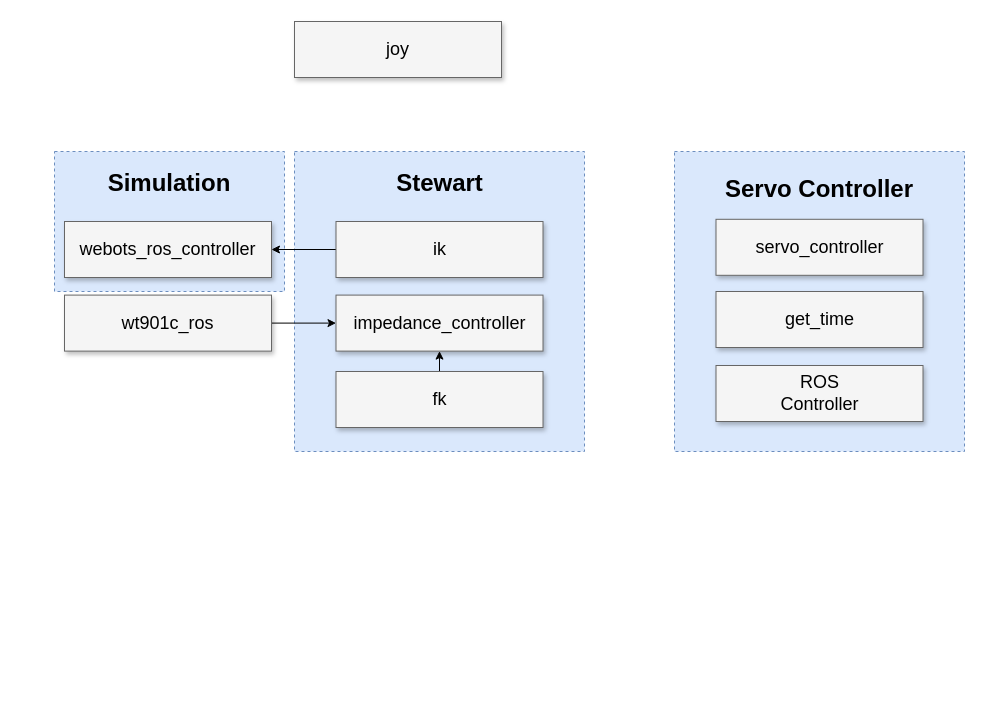
Earlier version of the draw.io diagram 6-ups.drawio (roscore/Impedance_Control_for_Stewart_Gough_Platform). Source tidied: cells renumbered, new cells numbered last; positions are measured from the earlier drawing's top-left corner, leaving out a move shared by most shapes. Both pictures are drawn from the tidied source at 100%, with x=0, y=0 at pixel (54, 21).
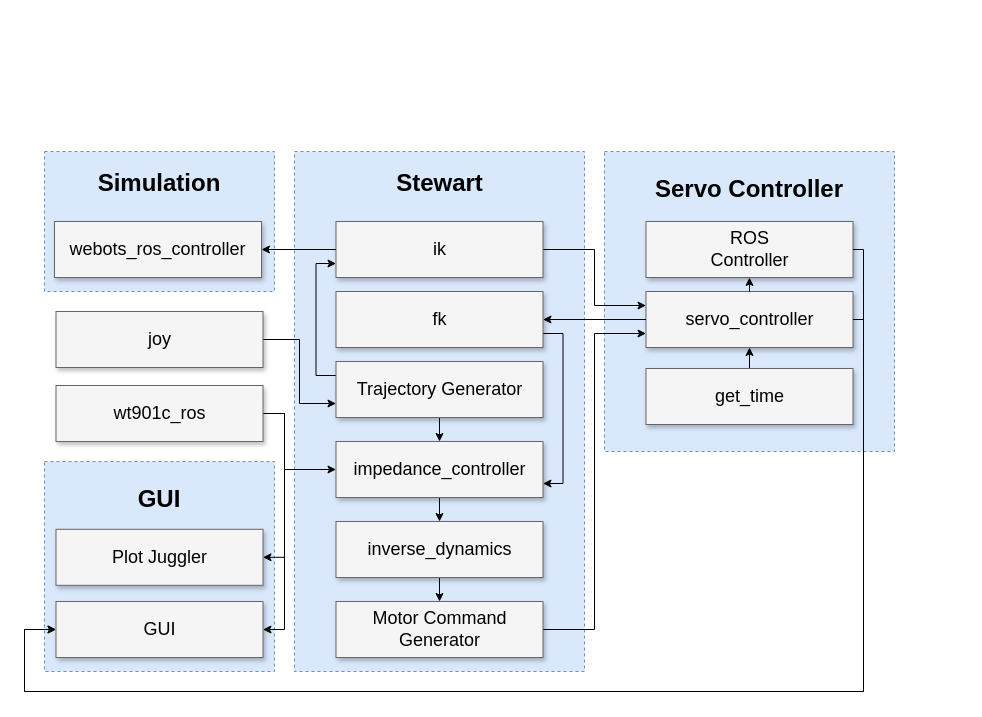
Above is the later version.

What changed in the source:
```diff
@@
-    <mxCell id="2" style="rounded=0;whiteSpace=wrap;html=1;fillColor=#dae8fc;strokeColor=#6c8ebf;dashed=1;" parent="1" vertex="1">
-      <mxGeometry y="130" width="230" height="140" as="geometry" />
-    </mxCell>
-    <mxCell id="3" style="rounded=0;whiteSpace=wrap;html=1;fillColor=#dae8fc;strokeColor=#6c8ebf;dashed=1;" parent="1" vertex="1">
-      <mxGeometry x="240" y="130" width="290" height="300" as="geometry" />
-    </mxCell>
-    <mxCell id="4" style="edgeStyle=orthogonalEdgeStyle;rounded=0;jettySize=auto;html=1;exitX=1;exitY=0.5;exitDx=0;exitDy=0;startArrow=none;startFill=0;endArrow=classic;endFill=1;" parent="1" edge="1" source="5" target="9">
-      <mxGeometry relative="1" as="geometry" />
-    </mxCell>
-    <mxCell id="5" value="wt901c_ros" style="whiteSpace=wrap;html=1;shadow=1;fontSize=18;fillColor=#f5f5f5;strokeColor=#666666;" parent="1" vertex="1">
-      <mxGeometry x="10" y="273.6" width="207" height="56" as="geometry" />
-    </mxCell>
-    <mxCell id="6" value="&lt;h1&gt;Stewart&lt;/h1&gt;" style="text;html=1;strokeColor=none;fillColor=none;align=center;verticalAlign=middle;whiteSpace=wrap;rounded=0;dashed=1;" parent="1" vertex="1">
-      <mxGeometry x="332.5" y="143.8" width="105" height="35.6" as="geometry" />
-    </mxCell>
-    <mxCell id="7" style="edgeStyle=orthogonalEdgeStyle;rounded=0;jettySize=auto;html=1;exitX=0;exitY=0.5;exitDx=0;exitDy=0;startArrow=none;startFill=0;endArrow=classic;endFill=1;" parent="1" edge="1" source="8" target="13">
-      <mxGeometry relative="1" as="geometry" />
-    </mxCell>
-    <mxCell id="8" value="ik" style="whiteSpace=wrap;html=1;shadow=1;fontSize=18;fillColor=#f5f5f5;strokeColor=#666666;" parent="1" vertex="1">
-      <mxGeometry x="281.5" y="200" width="207" height="56" as="geometry" />
-    </mxCell>
-    <mxCell id="9" value="impedance_controller" style="whiteSpace=wrap;html=1;shadow=1;fontSize=18;fillColor=#f5f5f5;strokeColor=#666666;" parent="1" vertex="1">
-      <mxGeometry x="281.5" y="273.6" width="207" height="56" as="geometry" />
-    </mxCell>
-    <mxCell id="10" style="edgeStyle=orthogonalEdgeStyle;rounded=0;jettySize=auto;html=1;exitX=0.5;exitY=0;exitDx=0;exitDy=0;entryX=0.5;entryY=1;entryDx=0;entryDy=0;startArrow=none;startFill=0;endArrow=classic;endFill=1;" parent="1" edge="1" source="11" target="9">
-      <mxGeometry relative="1" as="geometry" />
-    </mxCell>
-    <mxCell id="11" value="fk" style="whiteSpace=wrap;html=1;shadow=1;fontSize=18;fillColor=#f5f5f5;strokeColor=#666666;" parent="1" vertex="1">
-      <mxGeometry x="281.5" y="350" width="207" height="56" as="geometry" />
-    </mxCell>
-    <mxCell id="12" value="joy" style="whiteSpace=wrap;html=1;shadow=1;fontSize=18;fillColor=#f5f5f5;strokeColor=#666666;" parent="1" vertex="1">
-      <mxGeometry x="240" width="207" height="56" as="geometry" />
-    </mxCell>
-    <mxCell id="13" value="webots_ros_controller" style="whiteSpace=wrap;html=1;shadow=1;fontSize=18;fillColor=#f5f5f5;strokeColor=#666666;" parent="1" vertex="1">
-      <mxGeometry x="10" y="200" width="207" height="56" as="geometry" />
-    </mxCell>
-    <mxCell id="14" value="&lt;h1&gt;Simulation&lt;/h1&gt;" style="text;html=1;strokeColor=none;fillColor=none;align=center;verticalAlign=middle;whiteSpace=wrap;rounded=0;dashed=1;" parent="1" vertex="1">
-      <mxGeometry x="47" y="143.8" width="136" height="35.6" as="geometry" />
-    </mxCell>
-    <mxCell id="15" style="group;" parent="1" vertex="1">
-      <mxGeometry x="620" y="130" width="290" height="300" as="geometry" />
-    </mxCell>
+    <mxCell id="21" style="group;" parent="1" vertex="1">
+      <mxGeometry x="550" y="130" width="290" height="300" as="geometry" />
+    </mxCell>
-    <mxCell id="16" style="rounded=0;whiteSpace=wrap;html=1;fillColor=#dae8fc;strokeColor=#6c8ebf;dashed=1;" parent="15" vertex="1">
+    <mxCell id="16" style="rounded=0;whiteSpace=wrap;html=1;fillColor=#dae8fc;strokeColor=#6c8ebf;dashed=1;" parent="21" vertex="1">
       <mxGeometry width="290" height="300" as="geometry" />
     </mxCell>
-    <mxCell id="17" value="&lt;h1&gt;Servo Controller&lt;/h1&gt;" style="text;html=1;strokeColor=none;fillColor=none;align=center;verticalAlign=middle;whiteSpace=wrap;rounded=0;dashed=1;" parent="15" vertex="1">
+    <mxCell id="17" value="&lt;h1&gt;Servo Controller&lt;/h1&gt;" style="text;html=1;strokeColor=none;fillColor=none;align=center;verticalAlign=middle;whiteSpace=wrap;rounded=0;dashed=1;" parent="21" vertex="1">
       <mxGeometry x="20" y="20" width="250" height="35.6" as="geometry" />
     </mxCell>
-    <mxCell id="18" value="servo_controller" style="whiteSpace=wrap;html=1;shadow=1;fontSize=18;fillColor=#f5f5f5;strokeColor=#666666;" parent="15" vertex="1">
-      <mxGeometry x="41.5" y="67.8" width="207" height="56" as="geometry" />
+    <mxCell id="18" value="servo_controller" style="whiteSpace=wrap;html=1;shadow=1;fontSize=18;fillColor=#f5f5f5;strokeColor=#666666;" parent="21" vertex="1">
+      <mxGeometry x="41.5" y="140" width="207" height="56" as="geometry" />
     </mxCell>
+    <mxCell id="22" style="edgeStyle=orthogonalEdgeStyle;rounded=0;jettySize=auto;html=1;exitX=0.5;exitY=0;exitDx=0;exitDy=0;entryX=0.5;entryY=1;entryDx=0;entryDy=0;" parent="21" edge="1" source="19" target="18">
+      <mxGeometry relative="1" as="geometry" />
+    </mxCell>
-    <mxCell id="19" value="get_time" style="whiteSpace=wrap;html=1;shadow=1;fontSize=18;fillColor=#f5f5f5;strokeColor=#666666;" parent="15" vertex="1">
-      <mxGeometry x="41.5" y="140" width="207" height="56" as="geometry" />
+    <mxCell id="19" value="get_time" style="whiteSpace=wrap;html=1;shadow=1;fontSize=18;fillColor=#f5f5f5;strokeColor=#666666;" parent="21" vertex="1">
+      <mxGeometry x="41.5" y="217" width="207" height="56" as="geometry" />
     </mxCell>
-    <mxCell id="20" value="ROS&lt;br&gt;Controller" style="whiteSpace=wrap;html=1;shadow=1;fontSize=18;fillColor=#f5f5f5;strokeColor=#666666;" parent="15" vertex="1">
-      <mxGeometry x="41.5" y="214" width="207" height="56" as="geometry" />
+    <mxCell id="20" value="ROS&lt;br&gt;Controller" style="whiteSpace=wrap;html=1;shadow=1;fontSize=18;fillColor=#f5f5f5;strokeColor=#666666;" parent="21" vertex="1">
+      <mxGeometry x="41.5" y="70" width="207" height="56" as="geometry" />
     </mxCell>
+    <mxCell id="23" style="edgeStyle=orthogonalEdgeStyle;rounded=0;jettySize=auto;html=1;exitX=0.5;exitY=0;exitDx=0;exitDy=0;entryX=0.5;entryY=1;entryDx=0;entryDy=0;" parent="21" edge="1" source="18" target="20">
+      <mxGeometry relative="1" as="geometry" />
+    </mxCell>
+    <mxCell id="3" style="rounded=0;whiteSpace=wrap;html=1;fillColor=#dae8fc;strokeColor=#6c8ebf;dashed=1;" parent="1" vertex="1">
+      <mxGeometry x="240" y="130" width="290" height="520" as="geometry" />
+    </mxCell>
+    <mxCell id="6" value="&lt;h1&gt;Stewart&lt;/h1&gt;" style="text;html=1;strokeColor=none;fillColor=none;align=center;verticalAlign=middle;whiteSpace=wrap;rounded=0;dashed=1;" parent="1" vertex="1">
+      <mxGeometry x="332.5" y="143.8" width="105" height="35.6" as="geometry" />
+    </mxCell>
+    <mxCell id="24" style="edgeStyle=orthogonalEdgeStyle;rounded=0;jettySize=auto;html=1;exitX=1;exitY=0.5;exitDx=0;exitDy=0;entryX=0;entryY=0.25;entryDx=0;entryDy=0;" parent="1" edge="1" source="8" target="18">
+      <mxGeometry relative="1" as="geometry" />
+    </mxCell>
+    <mxCell id="8" value="ik" style="whiteSpace=wrap;html=1;shadow=1;fontSize=18;fillColor=#f5f5f5;strokeColor=#666666;" parent="1" vertex="1">
+      <mxGeometry x="281.5" y="200" width="207" height="56" as="geometry" />
+    </mxCell>
+    <mxCell id="25" style="edgeStyle=orthogonalEdgeStyle;rounded=0;jettySize=auto;html=1;exitX=0.5;exitY=1;exitDx=0;exitDy=0;" parent="1" edge="1" source="9" target="11">
+      <mxGeometry relative="1" as="geometry" />
+    </mxCell>
+    <mxCell id="9" value="inverse_dynamics" style="whiteSpace=wrap;html=1;shadow=1;fontSize=18;fillColor=#f5f5f5;strokeColor=#666666;" parent="1" vertex="1">
+      <mxGeometry x="281.5" y="500" width="207" height="56" as="geometry" />
+    </mxCell>
+    <mxCell id="26" style="edgeStyle=orthogonalEdgeStyle;rounded=0;jettySize=auto;html=1;exitX=1;exitY=0.5;exitDx=0;exitDy=0;entryX=0;entryY=0.75;entryDx=0;entryDy=0;" parent="1" edge="1" source="11" target="18">
+      <mxGeometry relative="1" as="geometry" />
+    </mxCell>
+    <mxCell id="11" value="Motor Command Generator" style="whiteSpace=wrap;html=1;shadow=1;fontSize=18;fillColor=#f5f5f5;strokeColor=#666666;" parent="1" vertex="1">
+      <mxGeometry x="281.5" y="580" width="207" height="56" as="geometry" />
+    </mxCell>
+    <mxCell id="27" style="group;" parent="1" vertex="1">
+      <mxGeometry x="-20" y="440" width="250" height="210" as="geometry" />
+    </mxCell>
+    <mxCell id="28" style="rounded=0;whiteSpace=wrap;html=1;fillColor=#dae8fc;strokeColor=#6c8ebf;dashed=1;" parent="27" vertex="1">
+      <mxGeometry x="10" width="230" height="210" as="geometry" />
+    </mxCell>
+    <mxCell id="29" value="&lt;h1&gt;GUI&lt;/h1&gt;" style="text;html=1;strokeColor=none;fillColor=none;align=center;verticalAlign=middle;whiteSpace=wrap;rounded=0;dashed=1;" parent="27" vertex="1">
+      <mxGeometry y="20" width="250" height="35.6" as="geometry" />
+    </mxCell>
+    <mxCell id="30" value="Plot Juggler" style="whiteSpace=wrap;html=1;shadow=1;fontSize=18;fillColor=#f5f5f5;strokeColor=#666666;" parent="27" vertex="1">
+      <mxGeometry x="21.5" y="67.8" width="207" height="56" as="geometry" />
+    </mxCell>
+    <mxCell id="31" value="GUI" style="whiteSpace=wrap;html=1;shadow=1;fontSize=18;fillColor=#f5f5f5;strokeColor=#666666;" parent="27" vertex="1">
+      <mxGeometry x="21.5" y="140" width="207" height="56" as="geometry" />
+    </mxCell>
+    <mxCell id="32" style="edgeStyle=orthogonalEdgeStyle;rounded=0;jettySize=auto;html=1;exitX=0.5;exitY=1;exitDx=0;exitDy=0;entryX=0.5;entryY=0;entryDx=0;entryDy=0;" parent="1" edge="1" source="33" target="9">
+      <mxGeometry relative="1" as="geometry" />
+    </mxCell>
+    <mxCell id="33" value="impedance_controller" style="whiteSpace=wrap;html=1;shadow=1;fontSize=18;fillColor=#f5f5f5;strokeColor=#666666;" parent="1" vertex="1">
+      <mxGeometry x="281.5" y="420" width="207" height="56" as="geometry" />
+    </mxCell>
+    <mxCell id="34" style="edgeStyle=orthogonalEdgeStyle;rounded=0;jettySize=auto;html=1;exitX=0.5;exitY=1;exitDx=0;exitDy=0;" parent="1" edge="1" source="36" target="33">
+      <mxGeometry relative="1" as="geometry" />
+    </mxCell>
+    <mxCell id="35" style="edgeStyle=orthogonalEdgeStyle;rounded=0;jettySize=auto;html=1;exitX=0;exitY=0.25;exitDx=0;exitDy=0;entryX=0;entryY=0.75;entryDx=0;entryDy=0;" parent="1" edge="1" source="36" target="8">
+      <mxGeometry relative="1" as="geometry" />
+    </mxCell>
+    <mxCell id="36" value="Trajectory Generator" style="whiteSpace=wrap;html=1;shadow=1;fontSize=18;fillColor=#f5f5f5;strokeColor=#666666;" parent="1" vertex="1">
+      <mxGeometry x="281.5" y="340" width="207" height="56" as="geometry" />
+    </mxCell>
+    <mxCell id="37" style="group;" parent="1" vertex="1">
+      <mxGeometry x="-10" y="130" width="230" height="140" as="geometry" />
+    </mxCell>
+    <mxCell id="2" style="rounded=0;whiteSpace=wrap;html=1;fillColor=#dae8fc;strokeColor=#6c8ebf;dashed=1;" parent="37" vertex="1">
+      <mxGeometry width="230" height="140" as="geometry" />
+    </mxCell>
+    <mxCell id="13" value="webots_ros_controller" style="whiteSpace=wrap;html=1;shadow=1;fontSize=18;fillColor=#f5f5f5;strokeColor=#666666;" parent="37" vertex="1">
+      <mxGeometry x="10" y="70" width="207" height="56" as="geometry" />
+    </mxCell>
+    <mxCell id="14" value="&lt;h1&gt;Simulation&lt;/h1&gt;" style="text;html=1;strokeColor=none;fillColor=none;align=center;verticalAlign=middle;whiteSpace=wrap;rounded=0;dashed=1;" parent="37" vertex="1">
+      <mxGeometry x="47" y="13.8" width="136" height="35.6" as="geometry" />
+    </mxCell>
+    <mxCell id="7" style="edgeStyle=orthogonalEdgeStyle;rounded=0;jettySize=auto;html=1;exitX=0;exitY=0.5;exitDx=0;exitDy=0;entryX=1;entryY=0.5;entryDx=0;entryDy=0;" parent="1" edge="1" source="8" target="13">
+      <mxGeometry relative="1" as="geometry" />
+    </mxCell>
+    <mxCell id="38" style="edgeStyle=orthogonalEdgeStyle;rounded=0;jettySize=auto;html=1;exitX=1;exitY=0.5;exitDx=0;exitDy=0;" parent="1" edge="1" source="5" target="33">
+      <mxGeometry relative="1" as="geometry">
+        <Array as="points">
+          <mxPoint x="230" y="392" />
+          <mxPoint x="230" y="448" />
+        </Array>
+      </mxGeometry>
+    </mxCell>
+    <mxCell id="39" style="edgeStyle=orthogonalEdgeStyle;rounded=0;jettySize=auto;html=1;exitX=1;exitY=0.5;exitDx=0;exitDy=0;entryX=1;entryY=0.5;entryDx=0;entryDy=0;" parent="1" edge="1" source="5" target="30">
+      <mxGeometry relative="1" as="geometry">
+        <Array as="points">
+          <mxPoint x="230" y="392" />
+          <mxPoint x="230" y="536" />
+        </Array>
+      </mxGeometry>
+    </mxCell>
+    <mxCell id="40" style="edgeStyle=orthogonalEdgeStyle;rounded=0;jettySize=auto;html=1;exitX=1;exitY=0.5;exitDx=0;exitDy=0;entryX=1;entryY=0.5;entryDx=0;entryDy=0;" parent="1" edge="1" source="5" target="31">
+      <mxGeometry relative="1" as="geometry">
+        <Array as="points">
+          <mxPoint x="230" y="392" />
+          <mxPoint x="230" y="608" />
+        </Array>
+      </mxGeometry>
+    </mxCell>
+    <mxCell id="5" value="wt901c_ros" style="whiteSpace=wrap;html=1;shadow=1;fontSize=18;fillColor=#f5f5f5;strokeColor=#666666;" parent="1" vertex="1">
+      <mxGeometry x="1.5" y="364" width="207" height="56" as="geometry" />
+    </mxCell>
+    <mxCell id="41" style="edgeStyle=orthogonalEdgeStyle;rounded=0;jettySize=auto;html=1;exitX=1;exitY=0.75;exitDx=0;exitDy=0;entryX=1;entryY=0.75;entryDx=0;entryDy=0;" parent="1" edge="1" source="42" target="33">
+      <mxGeometry relative="1" as="geometry" />
+    </mxCell>
+    <mxCell id="42" value="fk" style="whiteSpace=wrap;html=1;shadow=1;fontSize=18;fillColor=#f5f5f5;strokeColor=#666666;" parent="1" vertex="1">
+      <mxGeometry x="281.5" y="270" width="207" height="56" as="geometry" />
+    </mxCell>
+    <mxCell id="43" style="edgeStyle=orthogonalEdgeStyle;rounded=0;jettySize=auto;html=1;exitX=1;exitY=0.5;exitDx=0;exitDy=0;entryX=0;entryY=0.75;entryDx=0;entryDy=0;" parent="1" edge="1" source="12" target="36">
+      <mxGeometry relative="1" as="geometry" />
+    </mxCell>
+    <mxCell id="12" value="joy" style="whiteSpace=wrap;html=1;shadow=1;fontSize=18;fillColor=#f5f5f5;strokeColor=#666666;" parent="1" vertex="1">
+      <mxGeometry x="1.5" y="290" width="207" height="56" as="geometry" />
+    </mxCell>
+    <mxCell id="44" style="edgeStyle=orthogonalEdgeStyle;rounded=0;jettySize=auto;html=1;exitX=0;exitY=0.5;exitDx=0;exitDy=0;entryX=1;entryY=0.5;entryDx=0;entryDy=0;" parent="1" edge="1" source="18" target="42">
+      <mxGeometry relative="1" as="geometry" />
+    </mxCell>
+    <mxCell id="45" style="edgeStyle=orthogonalEdgeStyle;rounded=0;jettySize=auto;html=1;exitX=1;exitY=0.5;exitDx=0;exitDy=0;entryX=0;entryY=0.5;entryDx=0;entryDy=0;" parent="1" edge="1" source="20" target="31">
+      <mxGeometry relative="1" as="geometry">
+        <Array as="points">
+          <mxPoint x="809" y="228" />
+          <mxPoint x="809" y="670" />
+          <mxPoint x="-30" y="670" />
+          <mxPoint x="-30" y="608" />
+        </Array>
+      </mxGeometry>
+    </mxCell>
+    <mxCell id="46" style="edgeStyle=orthogonalEdgeStyle;rounded=0;jettySize=auto;html=1;exitX=1;exitY=0.5;exitDx=0;exitDy=0;entryX=0;entryY=0.5;entryDx=0;entryDy=0;" parent="1" edge="1" source="18" target="31">
+      <mxGeometry relative="1" as="geometry">
+        <Array as="points">
+          <mxPoint x="809" y="298" />
+          <mxPoint x="809" y="670" />
+          <mxPoint x="-30" y="670" />
+          <mxPoint x="-30" y="608" />
+        </Array>
+      </mxGeometry>
+    </mxCell>
```
